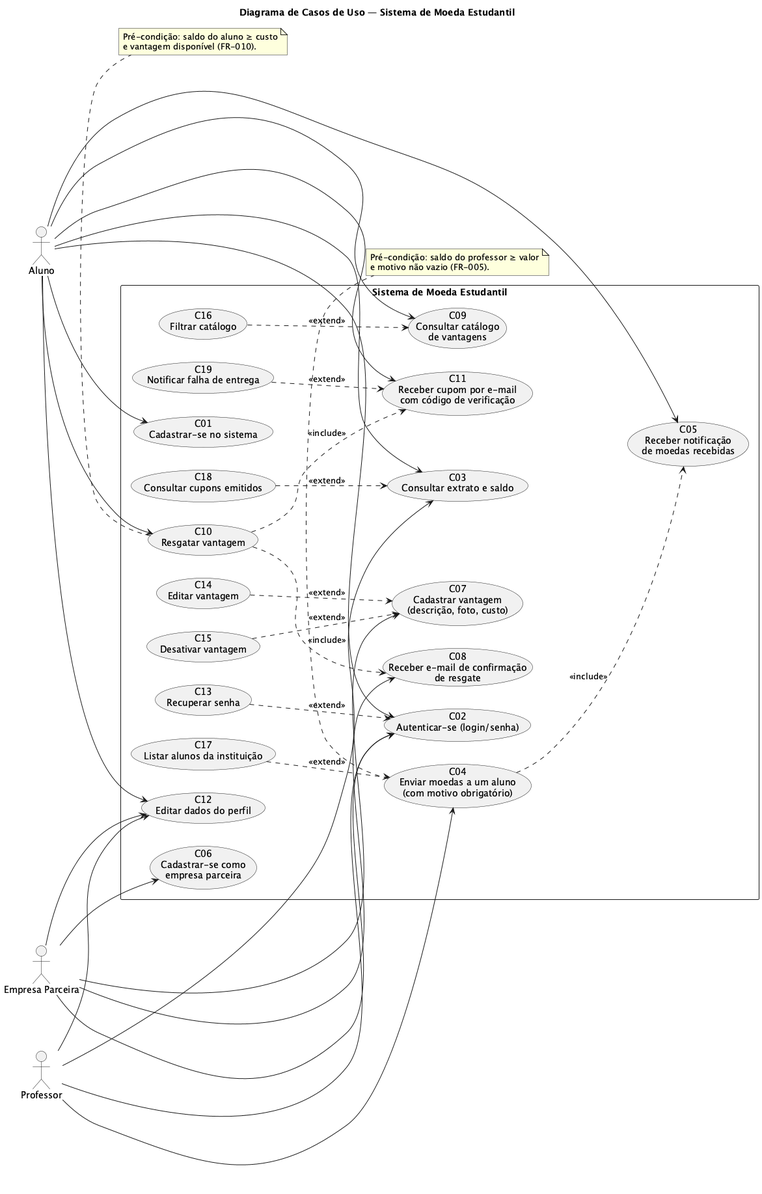
The PlantUML diagram docs/diagrams/use-case.png in samueljansem/puc-lds-moeda-estudantil, before a commit.
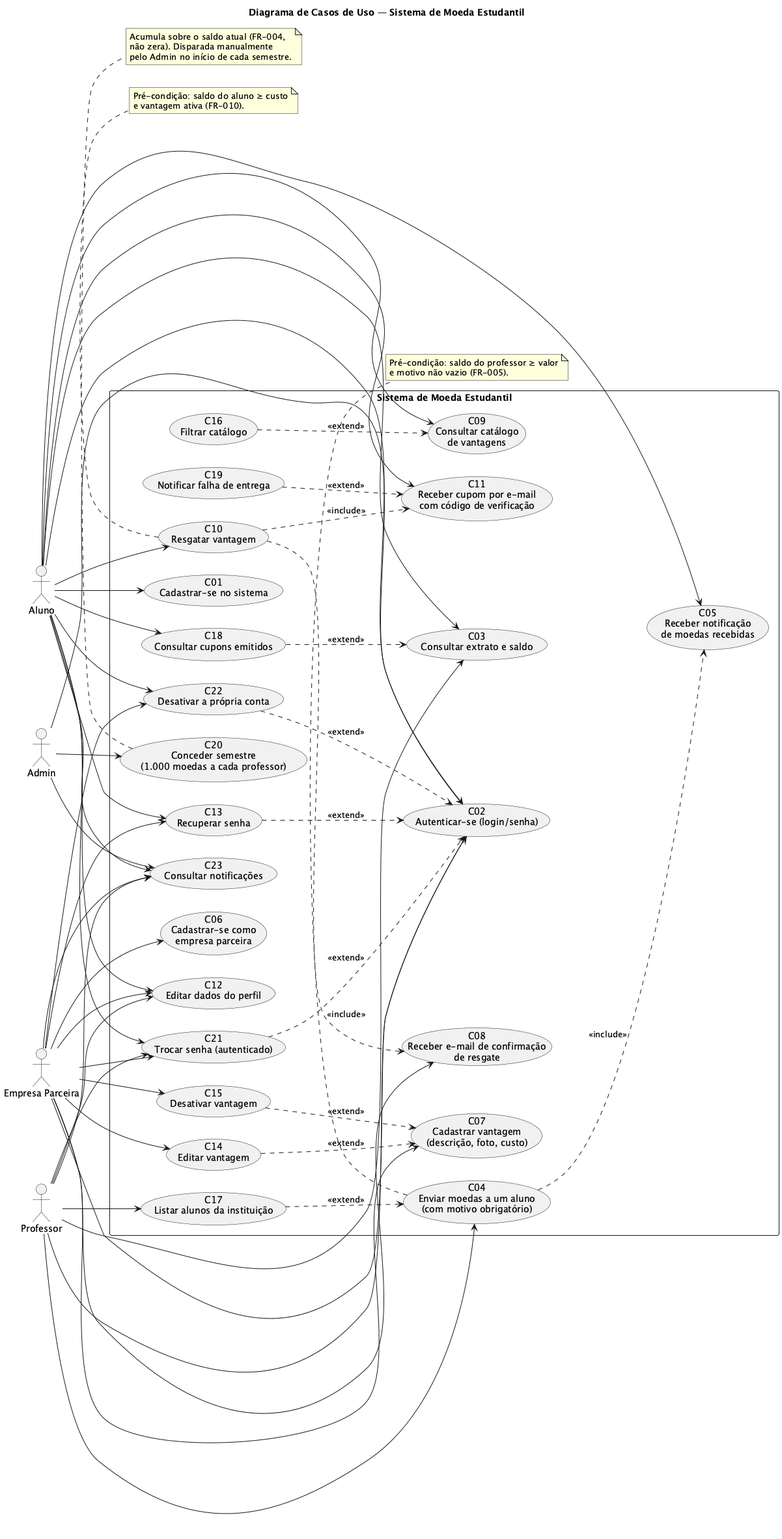
Above is the later version.

What changed in the source:
```diff
@@ -8,6 +8,7 @@
 actor "Aluno"            as Aluno
 actor "Professor"        as Professor
 actor "Empresa Parceira" as Empresa
+actor "Admin"            as Admin
 
 rectangle "Sistema de Moeda Estudantil" {
   usecase "C01\nCadastrar-se no sistema"          as UC_CadastrarAluno
@@ -30,6 +31,11 @@
   usecase "C17\nListar alunos da instituição"     as UC_ListarAlunos
   usecase "C18\nConsultar cupons emitidos"        as UC_ConsultarCupons
   usecase "C19\nNotificar falha de entrega"       as UC_NotificarFalha
+
+  usecase "C20\nConceder semestre\n(1.000 moedas a cada professor)" as UC_ConcederSemestre
+  usecase "C21\nTrocar senha (autenticado)"                         as UC_TrocarSenha
+  usecase "C22\nDesativar a própria conta"                          as UC_DesativarConta
+  usecase "C23\nConsultar notificações"                             as UC_ConsultarNotificacoes
 }
 
 Aluno --> UC_CadastrarAluno
@@ -40,23 +46,43 @@
 Aluno --> UC_ResgatarVantagem
 Aluno --> UC_ReceberCupom
 Aluno --> UC_EditarPerfil
+Aluno --> UC_RecuperarSenha
+Aluno --> UC_TrocarSenha
+Aluno --> UC_DesativarConta
+Aluno --> UC_ConsultarNotificacoes
+Aluno --> UC_ConsultarCupons
 
 Professor --> UC_Autenticar
 Professor --> UC_EnviarMoedas
 Professor --> UC_ConsultarExtrato
 Professor --> UC_EditarPerfil
+Professor --> UC_ListarAlunos
+Professor --> UC_TrocarSenha
+Professor --> UC_ConsultarNotificacoes
 
 Empresa --> UC_CadastrarEmpresa
 Empresa --> UC_Autenticar
 Empresa --> UC_CadastrarVantagem
+Empresa --> UC_EditarVantagem
+Empresa --> UC_DesativarVantagem
 Empresa --> UC_ReceberConfirmacao
 Empresa --> UC_EditarPerfil
+Empresa --> UC_RecuperarSenha
+Empresa --> UC_TrocarSenha
+Empresa --> UC_DesativarConta
+Empresa --> UC_ConsultarNotificacoes
+
+Admin --> UC_Autenticar
+Admin --> UC_ConcederSemestre
+Admin --> UC_ConsultarNotificacoes
 
 UC_EnviarMoedas      ..> UC_ReceberNotificacao : <<include>>
 UC_ResgatarVantagem  ..> UC_ReceberCupom       : <<include>>
 UC_ResgatarVantagem  ..> UC_ReceberConfirmacao : <<include>>
 
 UC_RecuperarSenha    ..> UC_Autenticar         : <<extend>>
+UC_TrocarSenha       ..> UC_Autenticar         : <<extend>>
+UC_DesativarConta    ..> UC_Autenticar         : <<extend>>
 UC_EditarVantagem    ..> UC_CadastrarVantagem  : <<extend>>
 UC_DesativarVantagem ..> UC_CadastrarVantagem  : <<extend>>
 UC_FiltrarCatalogo   ..> UC_ConsultarCatalogo  : <<extend>>
@@ -71,7 +97,13 @@
 
 note bottom of UC_ResgatarVantagem
   Pré-condição: saldo do aluno ≥ custo
-  e vantagem disponível (FR-010).
+  e vantagem ativa (FR-010).
+end note
+
+note bottom of UC_ConcederSemestre
+  Acumula sobre o saldo atual (FR-004,
+  não zera). Disparada manualmente
+  pelo Admin no início de cada semestre.
 end note
 
 @enduml
```
